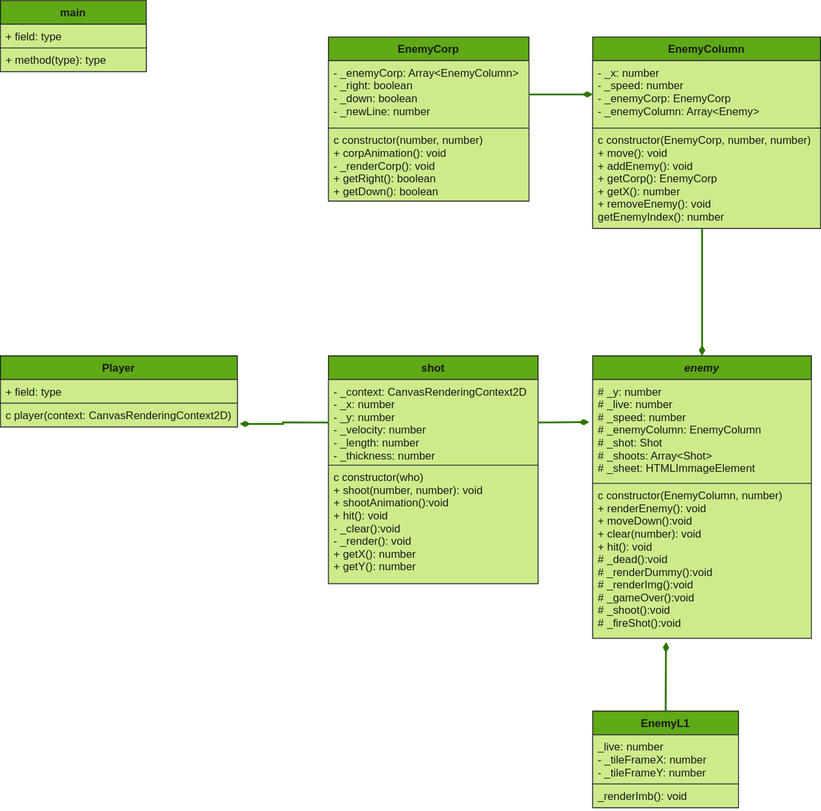
Above: uml/uml.svg in Jim8Knopf/jkons-invader (draw.io), before the change. Source tidied: cells renumbered, new cells last; positions are measured from the earlier drawing's top-left corner, leaving out a move shared by most shapes.
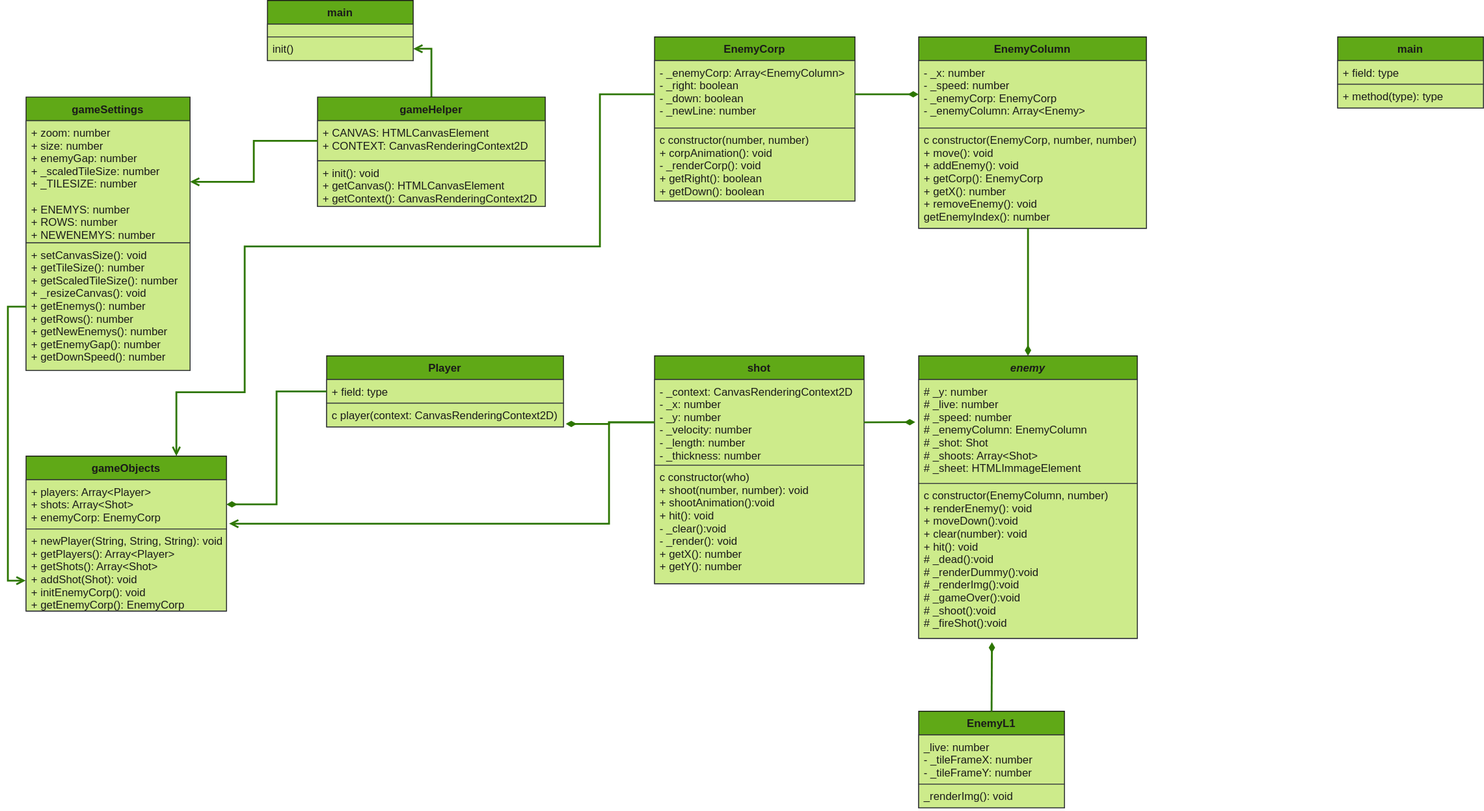
After the commit.

Change to the diagram source:
```diff
@@ -12,13 +12,13 @@
       <mxGeometry y="52" width="260" height="26" as="geometry" />
     </mxCell>
     <mxCell id="5" value="main" style="swimlane;fontStyle=1;align=center;verticalAlign=top;horizontal=1;startSize=26;fillColor=#60a917;rounded=0;glass=0;shadow=0;sketch=0;labelBackgroundColor=none;fontColor=#1A1A1A;swimlaneFillColor=#CDEB8B;strokeColor=#1A1A1A;" parent="1" vertex="1">
-      <mxGeometry width="160" height="78" as="geometry" />
+      <mxGeometry x="-65" width="160" height="66" as="geometry" />
     </mxCell>
-    <mxCell id="6" value="+ field: type" style="text;strokeColor=#36393d;align=left;verticalAlign=top;spacingLeft=4;spacingRight=4;overflow=hidden;fontColor=#1A1A1A;fillColor=#CDEB8B;" parent="5" vertex="1">
-      <mxGeometry y="26" width="160" height="26" as="geometry" />
+    <mxCell id="6" style="text;strokeColor=#36393d;align=left;verticalAlign=top;spacingLeft=4;spacingRight=4;overflow=hidden;fontColor=#1A1A1A;fillColor=#CDEB8B;" parent="5" vertex="1">
+      <mxGeometry y="26" width="160" height="14" as="geometry" />
     </mxCell>
-    <mxCell id="7" value="+ method(type): type" style="text;strokeColor=#36393d;fillColor=#cdeb8b;align=left;verticalAlign=top;spacingLeft=4;spacingRight=4;overflow=hidden;points=[[0,0.5],[1,0.5]];portConstraint=eastwest;fontColor=#1A1A1A;" parent="5" vertex="1">
-      <mxGeometry y="52" width="160" height="26" as="geometry" />
+    <mxCell id="7" value="init()" style="text;strokeColor=#36393d;fillColor=#cdeb8b;align=left;verticalAlign=top;spacingLeft=4;spacingRight=4;overflow=hidden;points=[[0,0.5],[1,0.5]];portConstraint=eastwest;fontColor=#1A1A1A;" parent="5" vertex="1">
+      <mxGeometry y="40" width="160" height="26" as="geometry" />
     </mxCell>
     <mxCell id="8" value="shot" style="swimlane;fontStyle=1;align=center;verticalAlign=top;horizontal=1;startSize=26;fillColor=#60a917;rounded=0;glass=0;shadow=0;sketch=0;labelBackgroundColor=none;fontColor=#1A1A1A;swimlaneFillColor=#CDEB8B;strokeColor=#1A1A1A;noLabel=0;" parent="1" vertex="1">
       <mxGeometry x="360" y="390" width="230" height="250" as="geometry" />
@@ -44,7 +44,7 @@
     <mxCell id="15" value="_live: number&#10;- _tileFrameX: number&#10;- _tileFrameY: number" style="text;strokeColor=#36393d;align=left;verticalAlign=top;spacingLeft=4;spacingRight=4;overflow=hidden;fontColor=#1A1A1A;fillColor=#CDEB8B;" parent="14" vertex="1">
       <mxGeometry y="26" width="160" height="54" as="geometry" />
     </mxCell>
-    <mxCell id="16" value="_renderImb(): void" style="text;strokeColor=#36393d;fillColor=#cdeb8b;align=left;verticalAlign=top;spacingLeft=4;spacingRight=4;overflow=hidden;fontColor=#1A1A1A;" parent="14" vertex="1">
+    <mxCell id="16" value="_renderImg(): void" style="text;strokeColor=#36393d;fillColor=#cdeb8b;align=left;verticalAlign=top;spacingLeft=4;spacingRight=4;overflow=hidden;fontColor=#1A1A1A;" parent="14" vertex="1">
       <mxGeometry y="80" width="160" height="26" as="geometry" />
     </mxCell>
     <mxCell id="17" style="endArrow=diamondThin;endFill=1;html=1;strokeColor=#2D7600;strokeWidth=2;exitX=0.5;exitY=0;exitDx=0;exitDy=0;entryX=0.335;entryY=1.025;entryDx=0;entryDy=0;entryPerimeter=0;fontColor=#1A1A1A;labelBackgroundColor=#2a2a2a;jumpStyle=gap;jumpSize=16;rounded=0;fillColor=#60a917;" parent="1" edge="1" source="14" target="13">
@@ -80,5 +80,77 @@
     <mxCell id="27" style="edgeStyle=orthogonalEdgeStyle;rounded=0;jumpStyle=gap;jumpSize=16;jettySize=auto;html=1;labelBackgroundColor=#2a2a2a;endArrow=diamondThin;endFill=1;strokeColor=#2D7600;strokeWidth=2;fontColor=#1A1A1A;entryX=1.01;entryY=0.874;entryDx=0;entryDy=0;entryPerimeter=0;fillColor=#60a917;" parent="1" edge="1" source="9" target="4">
       <mxGeometry relative="1" as="geometry" />
     </mxCell>
+    <mxCell id="28" value="main" style="swimlane;fontStyle=1;align=center;verticalAlign=top;horizontal=1;startSize=26;fillColor=#60a917;rounded=0;glass=0;shadow=0;sketch=0;labelBackgroundColor=none;fontColor=#1A1A1A;swimlaneFillColor=#CDEB8B;strokeColor=#1A1A1A;" parent="1" vertex="1">
+      <mxGeometry x="1110" y="40" width="160" height="78" as="geometry" />
+    </mxCell>
+    <mxCell id="29" value="+ field: type" style="text;strokeColor=#36393d;align=left;verticalAlign=top;spacingLeft=4;spacingRight=4;overflow=hidden;fontColor=#1A1A1A;fillColor=#CDEB8B;" parent="28" vertex="1">
+      <mxGeometry y="26" width="160" height="26" as="geometry" />
+    </mxCell>
+    <mxCell id="30" value="+ method(type): type" style="text;strokeColor=#36393d;fillColor=#cdeb8b;align=left;verticalAlign=top;spacingLeft=4;spacingRight=4;overflow=hidden;fontColor=#1A1A1A;" parent="28" vertex="1">
+      <mxGeometry y="52" width="160" height="26" as="geometry" />
+    </mxCell>
+    <mxCell id="31" style="edgeStyle=orthogonalEdgeStyle;rounded=0;jettySize=auto;html=1;endArrow=open;endFill=0;strokeColor=#2D7600;strokeWidth=2;fillColor=#60a917;fontColor=#1A1A1A;" parent="1" edge="1" source="32" target="7">
+      <mxGeometry relative="1" as="geometry" />
+    </mxCell>
+    <mxCell id="32" value="gameHelper" style="swimlane;fontStyle=1;align=center;verticalAlign=top;horizontal=1;startSize=26;fillColor=#60a917;rounded=0;glass=0;shadow=0;sketch=0;labelBackgroundColor=none;fontColor=#1A1A1A;swimlaneFillColor=#CDEB8B;strokeColor=#1A1A1A;" parent="1" vertex="1">
+      <mxGeometry x="-10" y="106" width="250" height="120" as="geometry" />
+    </mxCell>
+    <mxCell id="33" value="+ CANVAS: HTMLCanvasElement&#10;+ CONTEXT: CanvasRenderingContext2D" style="text;strokeColor=#36393d;align=left;verticalAlign=top;spacingLeft=4;spacingRight=4;overflow=hidden;points=[[0,0.5],[1,0.5]];portConstraint=eastwest;fontColor=#1A1A1A;fillColor=#CDEB8B;" parent="32" vertex="1">
+      <mxGeometry y="26" width="250" height="44" as="geometry" />
+    </mxCell>
+    <mxCell id="34" value="+ init(): void&#10;+ getCanvas(): HTMLCanvasElement&#10;+ getContext(): CanvasRenderingContext2D" style="text;strokeColor=#36393d;fillColor=#cdeb8b;align=left;verticalAlign=top;spacingLeft=4;spacingRight=4;overflow=hidden;fontColor=#1A1A1A;" parent="32" vertex="1">
+      <mxGeometry y="70" width="250" height="50" as="geometry" />
+    </mxCell>
+    <mxCell id="35" value="gameSettings" style="swimlane;fontStyle=1;align=center;verticalAlign=top;horizontal=1;startSize=26;fillColor=#60a917;rounded=0;glass=0;shadow=0;sketch=0;labelBackgroundColor=none;fontColor=#1A1A1A;swimlaneFillColor=#CDEB8B;strokeColor=#1A1A1A;" parent="1" vertex="1">
+      <mxGeometry x="-330" y="106" width="180" height="300" as="geometry" />
+    </mxCell>
+    <mxCell id="36" value="+ zoom: number&#10;+ size: number&#10;+ enemyGap: number&#10;+ _scaledTileSize: number&#10;+ _TILESIZE: number&#10;&#10;+ ENEMYS: number&#10;+ ROWS: number&#10;+ NEWENEMYS: number" style="text;strokeColor=#36393d;align=left;verticalAlign=top;spacingLeft=4;spacingRight=4;overflow=hidden;points=[[0,0.5],[1,0.5]];portConstraint=eastwest;fontColor=#1A1A1A;fillColor=#CDEB8B;" parent="35" vertex="1">
+      <mxGeometry y="26" width="180" height="134" as="geometry" />
+    </mxCell>
+    <mxCell id="37" value="+ setCanvasSize(): void&#10;+ getTileSize(): number&#10;+ getScaledTileSize(): number&#10;+ _resizeCanvas(): void&#10;+ getEnemys(): number&#10;+ getRows(): number&#10;+ getNewEnemys(): number&#10;+ getEnemyGap(): number&#10;+ getDownSpeed(): number" style="text;strokeColor=#36393d;fillColor=#cdeb8b;align=left;verticalAlign=top;spacingLeft=4;spacingRight=4;overflow=hidden;points=[[0,0.5],[1,0.5]];portConstraint=eastwest;fontColor=#1A1A1A;" parent="35" vertex="1">
+      <mxGeometry y="160" width="180" height="140" as="geometry" />
+    </mxCell>
+    <mxCell id="38" style="edgeStyle=orthogonalEdgeStyle;rounded=0;jettySize=auto;html=1;endArrow=open;endFill=0;fontColor=#1A1A1A;strokeColor=#2D7600;strokeWidth=2;fillColor=#60a917;" parent="1" edge="1" source="33" target="36">
+      <mxGeometry relative="1" as="geometry" />
+    </mxCell>
+    <mxCell id="39" value="gameObjects" style="swimlane;fontStyle=1;align=center;verticalAlign=top;horizontal=1;startSize=26;fillColor=#60a917;rounded=0;glass=0;shadow=0;sketch=0;labelBackgroundColor=none;fontColor=#1A1A1A;swimlaneFillColor=#CDEB8B;strokeColor=#1A1A1A;" parent="1" vertex="1">
+      <mxGeometry x="-330" y="500" width="220" height="170" as="geometry" />
+    </mxCell>
+    <mxCell id="40" value="+ players: Array&lt;Player&gt;&#10;+ shots: Array&lt;Shot&gt;&#10;+ enemyCorp: EnemyCorp" style="text;strokeColor=#36393d;align=left;verticalAlign=top;spacingLeft=4;spacingRight=4;overflow=hidden;points=[[0,0.5],[1,0.5]];portConstraint=eastwest;fontColor=#1A1A1A;fillColor=#CDEB8B;" parent="39" vertex="1">
+      <mxGeometry y="26" width="220" height="54" as="geometry" />
+    </mxCell>
+    <mxCell id="41" value="+ newPlayer(String, String, String): void&#10;+ getPlayers(): Array&lt;Player&gt;&#10;+ getShots(): Array&lt;Shot&gt;&#10;+ addShot(Shot): void&#10;+ initEnemyCorp(): void&#10;+ getEnemyCorp(): EnemyCorp" style="text;strokeColor=#36393d;fillColor=#cdeb8b;align=left;verticalAlign=top;spacingLeft=4;spacingRight=4;overflow=hidden;points=[[0,0.5],[1,0.5]];portConstraint=eastwest;fontColor=#1A1A1A;" parent="39" vertex="1">
+      <mxGeometry y="80" width="220" height="90" as="geometry" />
+    </mxCell>
+    <mxCell id="42" style="edgeStyle=orthogonalEdgeStyle;rounded=0;jettySize=auto;html=1;entryX=1;entryY=0.5;entryDx=0;entryDy=0;endArrow=diamondThin;endFill=1;strokeColor=#2D7600;strokeWidth=2;fillColor=#60a917;fontColor=#1A1A1A;" parent="1" edge="1" source="3" target="40">
+      <mxGeometry relative="1" as="geometry" />
+    </mxCell>
+    <mxCell id="43" style="edgeStyle=orthogonalEdgeStyle;rounded=0;jettySize=auto;html=1;entryX=-0.002;entryY=0.63;entryDx=0;entryDy=0;entryPerimeter=0;endArrow=open;endFill=0;strokeColor=#2D7600;strokeWidth=2;fillColor=#60a917;fontColor=#1A1A1A;" parent="1" edge="1" source="37" target="41">
+      <mxGeometry relative="1" as="geometry">
+        <Array as="points">
+          <mxPoint x="-350" y="336" />
+          <mxPoint x="-350" y="637" />
+        </Array>
+      </mxGeometry>
+    </mxCell>
+    <mxCell id="44" style="edgeStyle=orthogonalEdgeStyle;rounded=0;jettySize=auto;html=1;entryX=1.013;entryY=0.892;entryDx=0;entryDy=0;entryPerimeter=0;endArrow=open;endFill=0;strokeColor=#2D7600;strokeWidth=2;fillColor=#60a917;fontColor=#1A1A1A;" parent="1" edge="1" source="9" target="40">
+      <mxGeometry relative="1" as="geometry">
+        <Array as="points">
+          <mxPoint x="310" y="463" />
+          <mxPoint x="310" y="574" />
+        </Array>
+      </mxGeometry>
+    </mxCell>
+    <mxCell id="45" style="edgeStyle=orthogonalEdgeStyle;rounded=0;jettySize=auto;html=1;entryX=0.75;entryY=0;entryDx=0;entryDy=0;endArrow=open;endFill=0;strokeColor=#2D7600;strokeWidth=2;fillColor=#60a917;fontColor=#1A1A1A;" parent="1" edge="1" source="23" target="39">
+      <mxGeometry relative="1" as="geometry">
+        <Array as="points">
+          <mxPoint x="300" y="103" />
+          <mxPoint x="300" y="270" />
+          <mxPoint x="-90" y="270" />
+          <mxPoint x="-90" y="430" />
+          <mxPoint x="-165" y="430" />
+        </Array>
+      </mxGeometry>
+    </mxCell>
   </root>
 </mxGraphModel>
```
